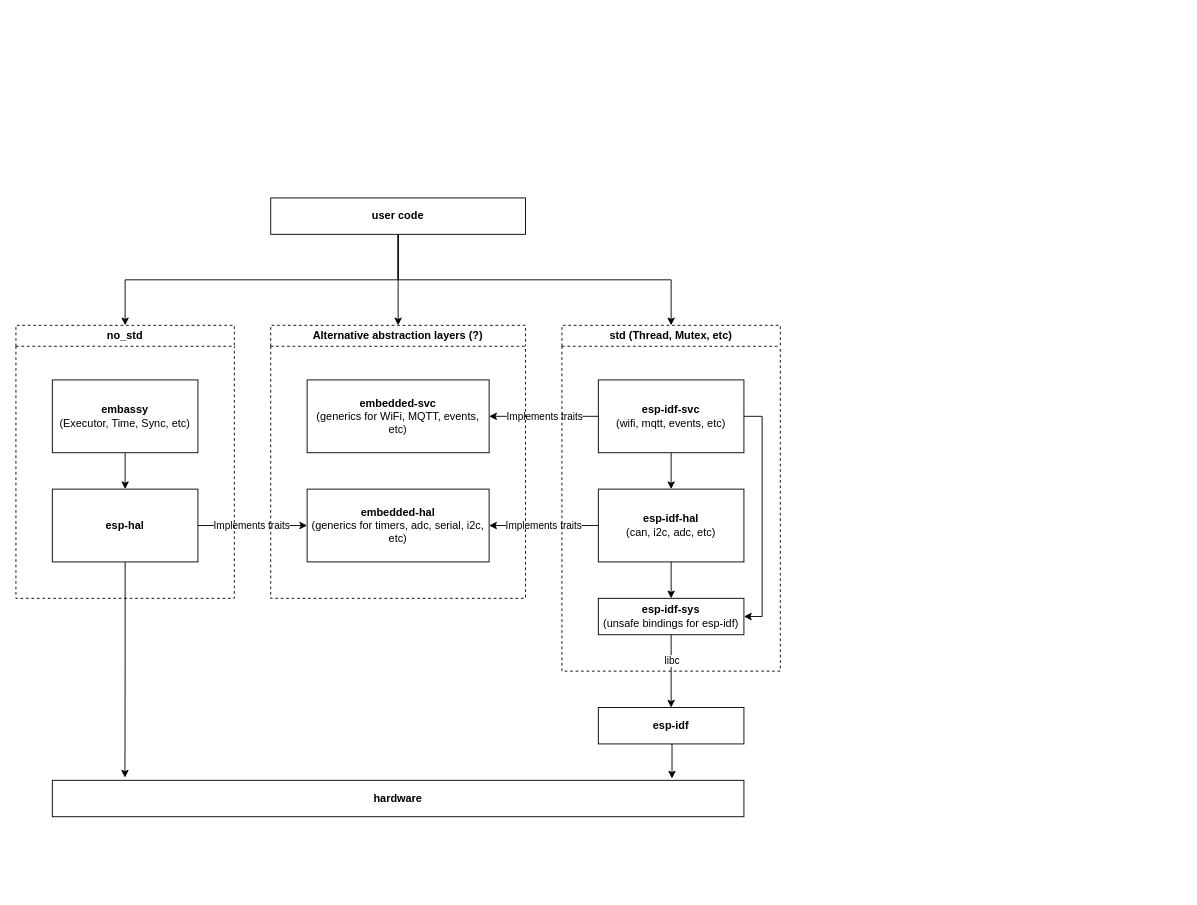
Before: Untitled Diagram.drawio in JaagupAverin/drawio-new, a draw.io diagram. Source tidied: cells renumbered, new cells numbered last; positions are measured from the earlier drawing's top-left corner, leaving out a move shared by most shapes. Both pictures are drawn from the tidied source at 91%, with x=0, y=0 at pixel (15, 197).
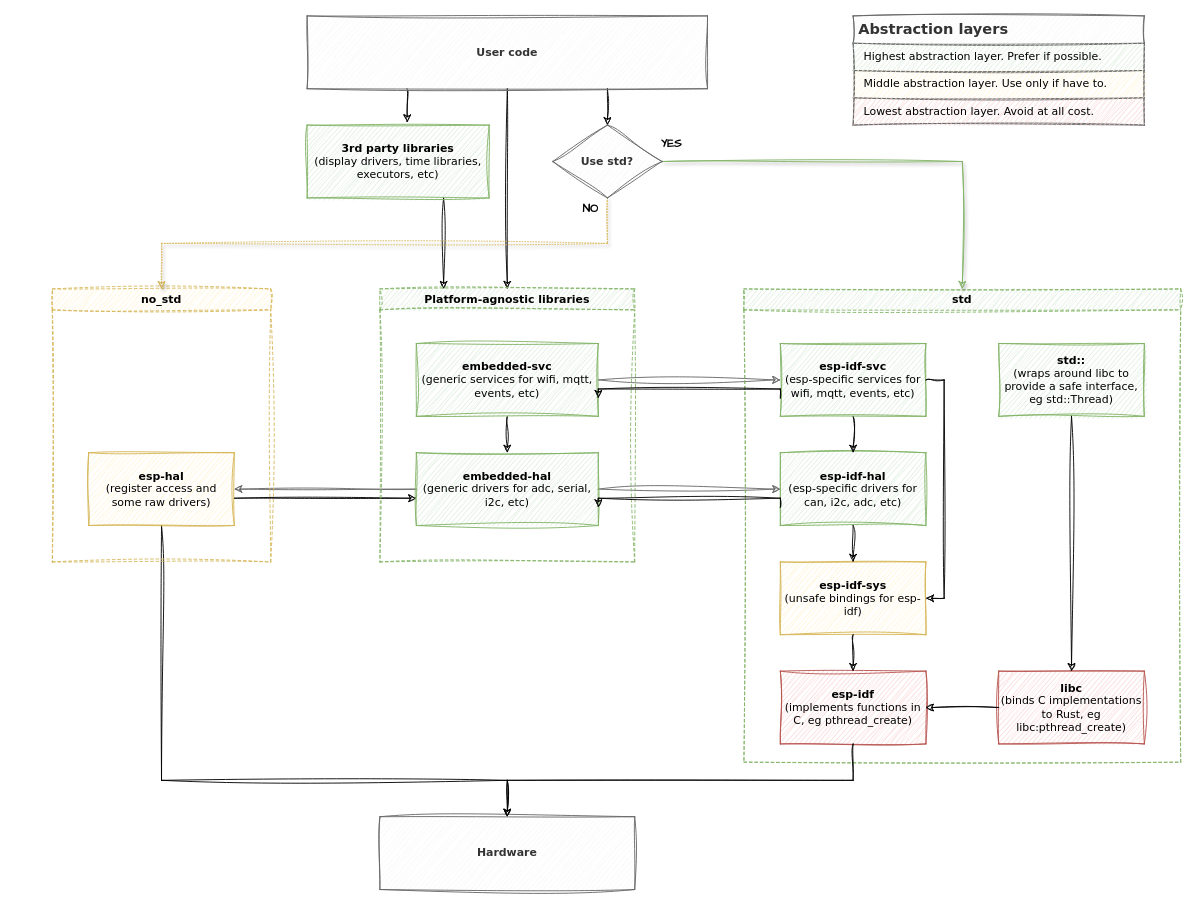
The same diagram, later.

Change to the diagram source:
```diff
@@
-    <mxCell id="2" style="edgeStyle=orthogonalEdgeStyle;rounded=0;jettySize=auto;html=1;exitX=0.5;exitY=1;exitDx=0;exitDy=0;entryX=0.105;entryY=-0.075;entryDx=0;entryDy=0;entryPerimeter=0;" parent="1" edge="1" source="5" target="9">
-      <mxGeometry relative="1" as="geometry" />
+    <mxCell id="2" style="edgeStyle=orthogonalEdgeStyle;rounded=0;jettySize=auto;html=1;exitX=0.5;exitY=1;exitDx=0;exitDy=0;sketch=1;curveFitting=1;jiggle=2;fontFamily=Verdana;" parent="1" edge="1" source="5" target="9">
+      <mxGeometry relative="1" as="geometry">
+        <Array as="points">
+          <mxPoint x="160" y="640" />
+          <mxPoint x="540" y="640" />
+        </Array>
+      </mxGeometry>
     </mxCell>
-    <mxCell id="3" style="edgeStyle=orthogonalEdgeStyle;rounded=0;jettySize=auto;html=1;exitX=1;exitY=0.5;exitDx=0;exitDy=0;entryX=0;entryY=0.5;entryDx=0;entryDy=0;" parent="1" edge="1" source="5" target="12">
-      <mxGeometry relative="1" as="geometry" />
-    </mxCell>
-    <mxCell id="4" value="Implements traits" style="edgeLabel;html=1;align=center;verticalAlign=middle;" parent="3" vertex="1">
-      <mxGeometry x="-0.03" y="1" relative="1" as="geometry" />
-    </mxCell>
+    <mxCell id="32" style="edgeStyle=orthogonalEdgeStyle;rounded=0;orthogonalLoop=1;jettySize=auto;html=1;exitX=1;exitY=0.75;exitDx=0;exitDy=0;entryX=0;entryY=0.75;entryDx=0;entryDy=0;sketch=1;curveFitting=1;jiggle=2;" parent="1" edge="1">
+      <mxGeometry relative="1" as="geometry">
+        <mxPoint x="240" y="330" as="sourcePoint" />
+        <mxPoint x="440" y="330" as="targetPoint" />
+      </mxGeometry>
+    </mxCell>
-    <mxCell id="5" value="&lt;b&gt;esp-hal&lt;/b&gt;" style="rounded=0;whiteSpace=wrap;html=1;" parent="1" vertex="1">
-      <mxGeometry x="40" y="320" width="160" height="80" as="geometry" />
+    <mxCell id="5" value="&lt;b&gt;esp-hal&lt;/b&gt;&lt;br&gt;(register access and some raw drivers)" style="rounded=0;whiteSpace=wrap;html=1;fillColor=#fff2cc;strokeColor=#d6b656;sketch=1;curveFitting=1;jiggle=2;fontFamily=Verdana;" parent="1" vertex="1">
+      <mxGeometry x="80" y="280" width="160" height="80" as="geometry" />
     </mxCell>
-    <mxCell id="6" style="edgeStyle=orthogonalEdgeStyle;rounded=0;jettySize=auto;html=1;exitX=0;exitY=0.5;exitDx=0;exitDy=0;entryX=1;entryY=0.5;entryDx=0;entryDy=0;" parent="1" edge="1" source="23" target="12">
-      <mxGeometry relative="1" as="geometry" />
-    </mxCell>
-    <mxCell id="7" value="Implements traits" style="edgeLabel;html=1;align=center;verticalAlign=middle;" parent="6" vertex="1">
-      <mxGeometry x="0.02" y="-1" relative="1" as="geometry" />
-    </mxCell>
-    <mxCell id="8" style="edgeStyle=orthogonalEdgeStyle;rounded=0;jettySize=auto;html=1;exitX=0.5;exitY=1;exitDx=0;exitDy=0;entryX=0.896;entryY=-0.05;entryDx=0;entryDy=0;entryPerimeter=0;" parent="1" edge="1" source="29" target="9">
-      <mxGeometry relative="1" as="geometry" />
-    </mxCell>
-    <mxCell id="9" value="&lt;b&gt;hardware&lt;/b&gt;" style="whiteSpace=wrap;html=1;rounded=0;" parent="1" vertex="1">
-      <mxGeometry x="40" y="640" width="760" height="40" as="geometry" />
+    <mxCell id="9" value="&lt;b&gt;Hardware&lt;/b&gt;" style="whiteSpace=wrap;html=1;rounded=0;fillColor=#f5f5f5;strokeColor=#666666;fontColor=#333333;sketch=1;curveFitting=1;jiggle=2;fontFamily=Verdana;" parent="1" vertex="1">
+      <mxGeometry x="400" y="680" width="280" height="80" as="geometry" />
     </mxCell>
-    <mxCell id="10" style="edgeStyle=orthogonalEdgeStyle;rounded=0;jettySize=auto;html=1;exitX=0.5;exitY=1;exitDx=0;exitDy=0;entryX=0.5;entryY=0;entryDx=0;entryDy=0;" parent="1" edge="1" source="11" target="5">
-      <mxGeometry relative="1" as="geometry" />
-    </mxCell>
+    <mxCell id="33" style="edgeStyle=orthogonalEdgeStyle;rounded=0;jettySize=auto;html=1;exitX=0.75;exitY=1;exitDx=0;exitDy=0;entryX=0.25;entryY=0;entryDx=0;entryDy=0;sketch=1;curveFitting=1;jiggle=2;fontFamily=Verdana;" parent="1" edge="1" source="11" target="20">
+      <mxGeometry relative="1" as="geometry" />
+    </mxCell>
-    <mxCell id="11" value="&lt;b&gt;embassy&lt;br&gt;&lt;/b&gt;(Executor, Time, Sync, etc)" style="whiteSpace=wrap;html=1;" parent="1" vertex="1">
-      <mxGeometry x="40" y="200" width="160" height="80" as="geometry" />
+    <mxCell id="11" value="&lt;b&gt;3rd party libraries&lt;br&gt;&lt;/b&gt;(display drivers, time libraries, executors, etc)" style="whiteSpace=wrap;html=1;fillColor=#d5e8d4;strokeColor=#82b366;sketch=1;curveFitting=1;jiggle=2;fontFamily=Verdana;" parent="1" vertex="1">
+      <mxGeometry x="320" y="-80" width="200" height="80" as="geometry" />
     </mxCell>
+    <mxCell id="34" style="edgeStyle=orthogonalEdgeStyle;rounded=0;jettySize=auto;html=1;exitX=1;exitY=0.5;exitDx=0;exitDy=0;entryX=0;entryY=0.5;entryDx=0;entryDy=0;sketch=1;curveFitting=1;jiggle=2;fillColor=#f5f5f5;strokeColor=#666666;fontFamily=Verdana;" parent="1" edge="1" source="12" target="23">
+      <mxGeometry relative="1" as="geometry" />
+    </mxCell>
+    <mxCell id="35" style="edgeStyle=orthogonalEdgeStyle;rounded=0;jettySize=auto;html=1;exitX=0;exitY=0.5;exitDx=0;exitDy=0;entryX=1;entryY=0.5;entryDx=0;entryDy=0;sketch=1;curveFitting=1;jiggle=2;fillColor=#f5f5f5;strokeColor=#666666;fontFamily=Verdana;" parent="1" edge="1" source="12" target="5">
+      <mxGeometry relative="1" as="geometry" />
+    </mxCell>
-    <mxCell id="12" value="&lt;b&gt;embedded-hal&lt;/b&gt;&lt;br&gt;(generics for timers, adc, serial, i2c, etc)" style="whiteSpace=wrap;html=1;rounded=0;" parent="1" vertex="1">
-      <mxGeometry x="320" y="320" width="200" height="80" as="geometry" />
+    <mxCell id="12" value="&lt;b&gt;embedded-hal&lt;/b&gt;&lt;br&gt;(generic drivers for adc, serial, i2c, etc)" style="whiteSpace=wrap;html=1;rounded=0;fillColor=#d5e8d4;strokeColor=#82b366;sketch=1;curveFitting=1;jiggle=2;fontFamily=Verdana;" parent="1" vertex="1">
+      <mxGeometry x="440" y="280" width="200" height="80" as="geometry" />
     </mxCell>
+    <mxCell id="36" style="edgeStyle=orthogonalEdgeStyle;rounded=0;jettySize=auto;html=1;exitX=1;exitY=0.5;exitDx=0;exitDy=0;entryX=0;entryY=0.5;entryDx=0;entryDy=0;sketch=1;curveFitting=1;jiggle=2;fillColor=#f5f5f5;strokeColor=#666666;fontFamily=Verdana;" parent="1" edge="1" source="13" target="25">
+      <mxGeometry relative="1" as="geometry" />
+    </mxCell>
+    <mxCell id="37" style="edgeStyle=orthogonalEdgeStyle;rounded=0;jettySize=auto;html=1;exitX=0.5;exitY=1;exitDx=0;exitDy=0;entryX=0.5;entryY=0;entryDx=0;entryDy=0;sketch=1;curveFitting=1;jiggle=2;fontFamily=Verdana;" parent="1" edge="1" source="13" target="12">
+      <mxGeometry relative="1" as="geometry" />
+    </mxCell>
-    <mxCell id="13" value="&lt;b&gt;embedded-svc&lt;/b&gt;&lt;br&gt;(generics for WiFi, MQTT, events, etc)" style="whiteSpace=wrap;html=1;" parent="1" vertex="1">
-      <mxGeometry x="320" y="200" width="200" height="80" as="geometry" />
+    <mxCell id="13" value="&lt;b&gt;embedded-svc&lt;/b&gt;&lt;br&gt;(generic services for wifi, mqtt, events, etc)" style="whiteSpace=wrap;html=1;fillColor=#d5e8d4;strokeColor=#82b366;sketch=1;curveFitting=1;jiggle=2;fontFamily=Verdana;" parent="1" vertex="1">
+      <mxGeometry x="440" y="160" width="200" height="80" as="geometry" />
     </mxCell>
-    <mxCell id="14" style="edgeStyle=orthogonalEdgeStyle;rounded=0;jettySize=auto;html=1;exitX=0;exitY=0.5;exitDx=0;exitDy=0;entryX=1;entryY=0.5;entryDx=0;entryDy=0;" parent="1" edge="1" source="25" target="13">
-      <mxGeometry relative="1" as="geometry" />
-    </mxCell>
-    <mxCell id="15" value="Implements traits" style="edgeLabel;html=1;align=center;verticalAlign=middle;" parent="14" vertex="1">
-      <mxGeometry relative="1" as="geometry" />
-    </mxCell>
-    <mxCell id="16" style="edgeStyle=orthogonalEdgeStyle;rounded=0;jettySize=auto;html=1;exitX=0.5;exitY=1;exitDx=0;exitDy=0;entryX=0.5;entryY=0;entryDx=0;entryDy=0;" parent="1" edge="1" source="19" target="21">
-      <mxGeometry relative="1" as="geometry" />
-    </mxCell>
-    <mxCell id="17" style="edgeStyle=orthogonalEdgeStyle;rounded=0;jettySize=auto;html=1;exitX=0.5;exitY=1;exitDx=0;exitDy=0;entryX=0.5;entryY=0;entryDx=0;entryDy=0;" parent="1" edge="1" source="19" target="22">
-      <mxGeometry relative="1" as="geometry" />
-    </mxCell>
+    <mxCell id="38" style="edgeStyle=orthogonalEdgeStyle;rounded=0;jettySize=auto;html=1;exitX=0.25;exitY=1;exitDx=0;exitDy=0;entryX=0.55;entryY=-0.037;entryDx=0;entryDy=0;entryPerimeter=0;sketch=1;curveFitting=1;jiggle=2;fontFamily=Verdana;" parent="1" edge="1" source="19" target="11">
+      <mxGeometry relative="1" as="geometry" />
+    </mxCell>
-    <mxCell id="18" style="edgeStyle=orthogonalEdgeStyle;rounded=0;jettySize=auto;html=1;exitX=0.5;exitY=1;exitDx=0;exitDy=0;entryX=0.5;entryY=0;entryDx=0;entryDy=0;" parent="1" edge="1" source="19" target="20">
+    <mxCell id="18" style="edgeStyle=orthogonalEdgeStyle;rounded=0;jettySize=auto;html=1;exitX=0.5;exitY=1;exitDx=0;exitDy=0;entryX=0.5;entryY=0;entryDx=0;entryDy=0;sketch=1;curveFitting=1;jiggle=2;fontFamily=Verdana;" parent="1" edge="1" source="19" target="20">
       <mxGeometry relative="1" as="geometry" />
     </mxCell>
+    <mxCell id="39" style="edgeStyle=orthogonalEdgeStyle;rounded=0;jettySize=auto;html=1;exitX=0.75;exitY=1;exitDx=0;exitDy=0;entryX=0.5;entryY=0;entryDx=0;entryDy=0;sketch=1;curveFitting=1;jiggle=2;fontFamily=Verdana;" parent="1" edge="1" source="19" target="48">
+      <mxGeometry relative="1" as="geometry" />
+    </mxCell>
-    <mxCell id="19" value="&lt;b&gt;user code&lt;/b&gt;" style="whiteSpace=wrap;html=1;" parent="1" vertex="1">
-      <mxGeometry x="280" width="280" height="40" as="geometry" />
+    <mxCell id="19" value="&lt;b&gt;User code&lt;/b&gt;" style="whiteSpace=wrap;html=1;fillColor=#f5f5f5;strokeColor=#666666;fontColor=#333333;sketch=1;curveFitting=1;jiggle=2;fontFamily=Verdana;" parent="1" vertex="1">
+      <mxGeometry x="320" y="-200" width="440" height="80" as="geometry" />
     </mxCell>
-    <mxCell id="20" value="Alternative abstraction layers (?)" style="swimlane;whiteSpace=wrap;html=1;dashed=1;" parent="1" vertex="1">
-      <mxGeometry x="280" y="140" width="280" height="300" as="geometry" />
+    <mxCell id="20" value="Platform-agnostic libraries" style="swimlane;whiteSpace=wrap;html=1;dashed=1;fillColor=#d5e8d4;strokeColor=#82b366;sketch=1;curveFitting=1;jiggle=2;fontFamily=Verdana;" parent="1" vertex="1">
+      <mxGeometry x="400" y="100" width="280" height="300" as="geometry" />
     </mxCell>
-    <mxCell id="21" value="no_std" style="swimlane;whiteSpace=wrap;html=1;dashed=1;" parent="1" vertex="1">
-      <mxGeometry y="140" width="240" height="300" as="geometry" />
+    <mxCell id="21" value="no_std" style="swimlane;whiteSpace=wrap;html=1;dashed=1;fillColor=#fff2cc;strokeColor=#d6b656;sketch=1;curveFitting=1;jiggle=2;shadow=0;fontFamily=Verdana;" parent="1" vertex="1">
+      <mxGeometry x="40" y="100" width="240" height="300" as="geometry" />
     </mxCell>
-    <mxCell id="22" value="std (Thread, Mutex, etc)" style="swimlane;whiteSpace=wrap;html=1;dashed=1;" parent="1" vertex="1">
-      <mxGeometry x="600" y="140" width="240" height="380" as="geometry" />
+    <mxCell id="22" value="std" style="swimlane;whiteSpace=wrap;html=1;dashed=1;fillColor=#d5e8d4;strokeColor=#82b366;glass=0;shadow=0;sketch=1;curveFitting=1;jiggle=2;fontFamily=Verdana;" parent="1" vertex="1">
+      <mxGeometry x="800" y="100" width="480" height="520" as="geometry" />
     </mxCell>
-    <mxCell id="23" value="&lt;b&gt;esp-idf-hal&lt;br&gt;&lt;/b&gt;(can, i2c, adc, etc)" style="whiteSpace=wrap;html=1;" parent="22" vertex="1">
+    <mxCell id="23" value="&lt;b&gt;esp-idf-hal&lt;br&gt;&lt;/b&gt;(esp-specific drivers for can, i2c, adc, etc)" style="whiteSpace=wrap;html=1;fillColor=#d5e8d4;strokeColor=#82b366;sketch=1;curveFitting=1;jiggle=2;fontFamily=Verdana;" parent="22" vertex="1">
       <mxGeometry x="40" y="180" width="160" height="80" as="geometry" />
     </mxCell>
-    <mxCell id="24" style="edgeStyle=orthogonalEdgeStyle;rounded=0;jettySize=auto;html=1;exitX=0.5;exitY=1;exitDx=0;exitDy=0;entryX=0.5;entryY=0;entryDx=0;entryDy=0;" parent="22" edge="1" source="25" target="23">
+    <mxCell id="24" style="edgeStyle=orthogonalEdgeStyle;rounded=0;jettySize=auto;html=1;exitX=0.5;exitY=1;exitDx=0;exitDy=0;entryX=0.5;entryY=0;entryDx=0;entryDy=0;sketch=1;curveFitting=1;jiggle=2;fontFamily=Verdana;" parent="22" edge="1" source="25" target="23">
       <mxGeometry relative="1" as="geometry" />
     </mxCell>
-    <mxCell id="25" value="&lt;b&gt;esp-idf-svc&lt;/b&gt;&lt;br&gt;(wifi, mqtt, events, etc)" style="whiteSpace=wrap;html=1;" parent="22" vertex="1">
+    <mxCell id="25" value="&lt;b&gt;esp-idf-svc&lt;/b&gt;&lt;br&gt;(esp-specific services for wifi, mqtt, events, etc)" style="whiteSpace=wrap;html=1;fillColor=#d5e8d4;strokeColor=#82b366;sketch=1;curveFitting=1;jiggle=2;fontFamily=Verdana;" parent="22" vertex="1">
       <mxGeometry x="40" y="60" width="160" height="80" as="geometry" />
     </mxCell>
-    <mxCell id="26" value="&lt;b&gt;esp-idf-sys&lt;br&gt;&lt;/b&gt;(unsafe bindings for esp-idf)" style="whiteSpace=wrap;html=1;" parent="22" vertex="1">
-      <mxGeometry x="40" y="300" width="160" height="40" as="geometry" />
+    <mxCell id="26" value="&lt;b&gt;esp-idf-sys&lt;br&gt;&lt;/b&gt;(unsafe bindings for esp-idf)" style="whiteSpace=wrap;html=1;fillColor=#fff2cc;strokeColor=#d6b656;sketch=1;curveFitting=1;jiggle=2;fontFamily=Verdana;" parent="22" vertex="1">
+      <mxGeometry x="40" y="300" width="160" height="80" as="geometry" />
     </mxCell>
-    <mxCell id="27" style="edgeStyle=orthogonalEdgeStyle;rounded=0;jettySize=auto;html=1;" parent="22" edge="1" source="23" target="26">
+    <mxCell id="27" style="edgeStyle=orthogonalEdgeStyle;rounded=0;jettySize=auto;html=1;sketch=1;curveFitting=1;jiggle=2;fontFamily=Verdana;" parent="22" edge="1" source="23" target="26">
       <mxGeometry relative="1" as="geometry" />
     </mxCell>
-    <mxCell id="28" style="edgeStyle=orthogonalEdgeStyle;rounded=0;jettySize=auto;html=1;exitX=1;exitY=0.5;exitDx=0;exitDy=0;entryX=1;entryY=0.5;entryDx=0;entryDy=0;" parent="22" edge="1" source="25" target="26">
+    <mxCell id="28" style="edgeStyle=orthogonalEdgeStyle;rounded=0;jettySize=auto;html=1;exitX=1;exitY=0.5;exitDx=0;exitDy=0;entryX=1;entryY=0.5;entryDx=0;entryDy=0;sketch=1;curveFitting=1;jiggle=2;fontFamily=Verdana;" parent="22" edge="1" source="25" target="26">
       <mxGeometry relative="1" as="geometry" />
     </mxCell>
-    <mxCell id="29" value="&lt;b&gt;esp-idf&lt;/b&gt;" style="whiteSpace=wrap;html=1;" parent="1" vertex="1">
-      <mxGeometry x="640" y="560" width="160" height="40" as="geometry" />
+    <mxCell id="29" value="&lt;b&gt;esp-idf&lt;/b&gt;&lt;br&gt;(implements functions in C, eg pthread_create)" style="whiteSpace=wrap;html=1;fillColor=#f8cecc;strokeColor=#b85450;sketch=1;curveFitting=1;jiggle=2;fontFamily=Verdana;" parent="22" vertex="1">
+      <mxGeometry x="40" y="420" width="160" height="80" as="geometry" />
     </mxCell>
-    <mxCell id="30" style="edgeStyle=orthogonalEdgeStyle;rounded=0;jettySize=auto;html=1;exitX=0.5;exitY=1;exitDx=0;exitDy=0;entryX=0.5;entryY=0;entryDx=0;entryDy=0;" parent="1" edge="1" source="26" target="29">
+    <mxCell id="30" style="edgeStyle=orthogonalEdgeStyle;rounded=0;jettySize=auto;html=1;exitX=0.5;exitY=1;exitDx=0;exitDy=0;entryX=0.5;entryY=0;entryDx=0;entryDy=0;sketch=1;curveFitting=1;jiggle=2;fontFamily=Verdana;" parent="22" edge="1" source="26" target="29">
       <mxGeometry relative="1" as="geometry" />
     </mxCell>
-    <mxCell id="31" value="libc" style="edgeLabel;html=1;align=center;verticalAlign=middle;" parent="30" vertex="1">
-      <mxGeometry x="-0.3" y="2" relative="1" as="geometry">
-        <mxPoint x="-2" as="offset" />
-      </mxGeometry>
-    </mxCell>
+    <mxCell id="40" value="&lt;b&gt;std::&lt;/b&gt;&lt;br&gt;(wraps around libc to provide a safe interface, eg std::Thread)" style="whiteSpace=wrap;html=1;fillColor=#d5e8d4;strokeColor=#82b366;sketch=1;curveFitting=1;jiggle=2;fontFamily=Verdana;" parent="22" vertex="1">
+      <mxGeometry x="280" y="60" width="160" height="80" as="geometry" />
+    </mxCell>
+    <mxCell id="41" value="&lt;b&gt;libc&lt;/b&gt;&lt;br&gt;(binds C implementations to Rust, eg libc:pthread_create)" style="whiteSpace=wrap;html=1;fillColor=#f8cecc;strokeColor=#b85450;sketch=1;curveFitting=1;jiggle=2;fontFamily=Verdana;" parent="22" vertex="1">
+      <mxGeometry x="280" y="420" width="160" height="80" as="geometry" />
+    </mxCell>
+    <mxCell id="42" style="edgeStyle=orthogonalEdgeStyle;rounded=0;jettySize=auto;html=1;exitX=0.5;exitY=1;exitDx=0;exitDy=0;entryX=0.5;entryY=0;entryDx=0;entryDy=0;sketch=1;curveFitting=1;jiggle=2;shadow=0;fontFamily=Verdana;" parent="22" edge="1" source="40" target="41">
+      <mxGeometry relative="1" as="geometry" />
+    </mxCell>
+    <mxCell id="43" style="edgeStyle=orthogonalEdgeStyle;rounded=0;jettySize=auto;html=1;exitX=0;exitY=0.5;exitDx=0;exitDy=0;entryX=1;entryY=0.5;entryDx=0;entryDy=0;sketch=1;curveFitting=1;jiggle=2;fontFamily=Verdana;" parent="22" edge="1" source="41" target="29">
+      <mxGeometry relative="1" as="geometry" />
+    </mxCell>
+    <mxCell id="8" style="edgeStyle=orthogonalEdgeStyle;rounded=0;jettySize=auto;html=1;exitX=0.5;exitY=1;exitDx=0;exitDy=0;entryX=0.5;entryY=0;entryDx=0;entryDy=0;sketch=1;curveFitting=1;jiggle=2;fontFamily=Verdana;" parent="1" edge="1" source="29" target="9">
+      <mxGeometry relative="1" as="geometry" />
+    </mxCell>
+    <mxCell id="44" style="edgeStyle=orthogonalEdgeStyle;rounded=0;jettySize=auto;html=1;exitX=1;exitY=0.5;exitDx=0;exitDy=0;entryX=0.5;entryY=0;entryDx=0;entryDy=0;fillColor=#d5e8d4;strokeColor=#82b366;sketch=1;curveFitting=1;jiggle=2;shadow=1;fontFamily=Verdana;" parent="1" edge="1" source="48" target="22">
+      <mxGeometry relative="1" as="geometry" />
+    </mxCell>
+    <mxCell id="45" value="YES" style="edgeLabel;html=1;align=center;verticalAlign=middle;labelBorderColor=none;fontSize=13;labelBackgroundColor=none;fontStyle=1;fontFamily=Comic Sans MS;" parent="44" vertex="1">
+      <mxGeometry x="-0.82" y="1" relative="1" as="geometry">
+        <mxPoint x="-33" y="-19" as="offset" />
+      </mxGeometry>
+    </mxCell>
+    <mxCell id="46" style="edgeStyle=orthogonalEdgeStyle;rounded=0;jettySize=auto;html=1;exitX=0.5;exitY=1;exitDx=0;exitDy=0;entryX=0.5;entryY=0;entryDx=0;entryDy=0;dashed=1;dashPattern=1 2;sketch=1;curveFitting=1;jiggle=2;fillColor=#fff2cc;strokeColor=#d6b656;shadow=1;fontFamily=Verdana;" parent="1" edge="1" source="48" target="21">
+      <mxGeometry relative="1" as="geometry">
+        <Array as="points">
+          <mxPoint x="650" y="50" />
+          <mxPoint x="160" y="50" />
+        </Array>
+      </mxGeometry>
+    </mxCell>
+    <mxCell id="47" value="NO" style="edgeLabel;html=1;align=center;verticalAlign=middle;fontSize=13;labelBorderColor=none;labelBackgroundColor=none;fontStyle=1;fontFamily=Comic Sans MS;" parent="46" vertex="1">
+      <mxGeometry x="-0.94" y="-2" relative="1" as="geometry">
+        <mxPoint x="-18" y="-7" as="offset" />
+      </mxGeometry>
+    </mxCell>
+    <mxCell id="48" value="&lt;b&gt;Use std?&lt;/b&gt;" style="rhombus;whiteSpace=wrap;html=1;fillColor=#f5f5f5;strokeColor=#666666;fontColor=#333333;sketch=1;curveFitting=1;jiggle=2;fontFamily=Verdana;" parent="1" vertex="1">
+      <mxGeometry x="590" y="-80" width="120" height="80" as="geometry" />
+    </mxCell>
+    <mxCell id="49" value="Abstraction layers" style="shape=table;startSize=30;childLayout=tableLayout;fontSize=16;align=left;verticalAlign=top;fillColor=#f5f5f5;strokeColor=#666666;fontColor=#333333;fontStyle=1;spacingLeft=6;spacing=0;sketch=1;curveFitting=1;jiggle=2;fontFamily=Verdana;" parent="1" vertex="1">
+      <mxGeometry x="920" y="-200" width="320" height="120" as="geometry" />
+    </mxCell>
+    <mxCell id="50" style="shape=tableRow;horizontal=0;startSize=0;swimlaneHead=0;swimlaneBody=0;strokeColor=inherit;top=0;left=0;bottom=0;right=0;fillColor=none;fontSize=12;fontFamily=Verdana;" parent="49" vertex="1">
+      <mxGeometry y="30" width="320" height="30" as="geometry" />
+    </mxCell>
+    <mxCell id="51" value="Highest abstraction layer. Prefer if possible." style="shape=partialRectangle;html=1;whiteSpace=wrap;strokeColor=#82b366;overflow=hidden;fillColor=#d5e8d4;top=0;left=0;bottom=0;right=0;fontSize=12;align=left;spacingLeft=10;spacingRight=4;sketch=1;curveFitting=1;jiggle=2;fontFamily=Verdana;" parent="50" vertex="1">
+      <mxGeometry width="320" height="30" as="geometry" />
+    </mxCell>
+    <mxCell id="52" style="shape=tableRow;horizontal=0;startSize=0;swimlaneHead=0;swimlaneBody=0;strokeColor=inherit;top=0;left=0;bottom=0;right=0;fillColor=none;fontSize=12;fontFamily=Verdana;" parent="49" vertex="1">
+      <mxGeometry y="60" width="320" height="30" as="geometry" />
+    </mxCell>
+    <mxCell id="53" value="Middle abstraction layer. Use only if have to." style="shape=partialRectangle;html=1;whiteSpace=wrap;strokeColor=#d6b656;overflow=hidden;fillColor=#fff2cc;top=0;left=0;bottom=0;right=0;fontSize=12;align=left;spacingLeft=10;spacingRight=4;sketch=1;curveFitting=1;jiggle=2;fontFamily=Verdana;" parent="52" vertex="1">
+      <mxGeometry width="320" height="30" as="geometry" />
+    </mxCell>
+    <mxCell id="54" style="shape=tableRow;horizontal=0;startSize=0;swimlaneHead=0;swimlaneBody=0;strokeColor=inherit;top=0;left=0;bottom=0;right=0;fillColor=none;fontSize=12;fontFamily=Verdana;" parent="49" vertex="1">
+      <mxGeometry y="90" width="320" height="30" as="geometry" />
+    </mxCell>
+    <mxCell id="55" value="Lowest abstraction layer. Avoid at all cost." style="shape=partialRectangle;html=1;whiteSpace=wrap;strokeColor=#b85450;overflow=hidden;fillColor=#f8cecc;top=0;left=0;bottom=0;right=0;fontSize=12;align=left;spacingLeft=10;spacingRight=4;sketch=1;curveFitting=1;jiggle=2;fontFamily=Verdana;" parent="54" vertex="1">
+      <mxGeometry width="320" height="30" as="geometry" />
+    </mxCell>
+    <mxCell id="14" style="edgeStyle=orthogonalEdgeStyle;rounded=0;jettySize=auto;html=1;exitX=0;exitY=0.75;exitDx=0;exitDy=0;entryX=1;entryY=0.75;entryDx=0;entryDy=0;sketch=1;curveFitting=1;jiggle=2;" parent="1" edge="1" source="25" target="13">
+      <mxGeometry relative="1" as="geometry">
+        <Array as="points">
+          <mxPoint x="840" y="210" />
+          <mxPoint x="640" y="210" />
+        </Array>
+      </mxGeometry>
+    </mxCell>
+    <mxCell id="6" style="edgeStyle=orthogonalEdgeStyle;rounded=0;jettySize=auto;html=1;exitX=0;exitY=0.75;exitDx=0;exitDy=0;entryX=1;entryY=0.75;entryDx=0;entryDy=0;sketch=1;curveFitting=1;jiggle=2;" parent="1" edge="1" source="23" target="12">
+      <mxGeometry relative="1" as="geometry">
+        <Array as="points">
+          <mxPoint x="840" y="330" />
+          <mxPoint x="640" y="330" />
+        </Array>
+      </mxGeometry>
+    </mxCell>
```
